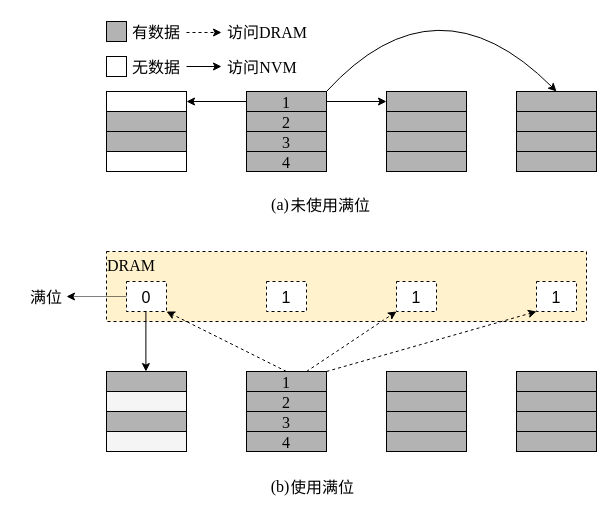
The draw.io diagram page "使用满位与不使用" (5 of 22) of 毕业论文.drawio in HustDsy/Picture, before the edit. Source tidied: cells renumbered, new cells numbered last; positions are measured from the earlier drawing's top-left corner, leaving out a move shared by most shapes. Both pictures are drawn from the tidied source at 100%, with x=0, y=0 at pixel (16, -29).
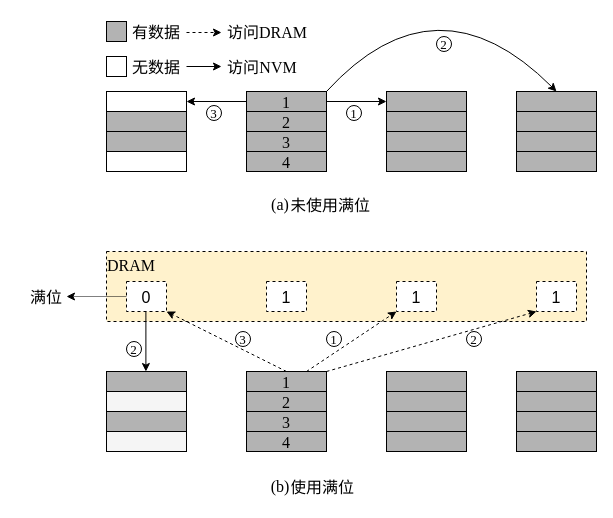
The same page after the edit.

Change to the diagram source:
```diff
@@
+    <mxCell id="63" value="1" style="ellipse;comic=0;fontFamily=Times New Roman;fontSize=13;fontColor=default;strokeColor=default;strokeWidth=1;fillColor=default;" parent="1" vertex="1">
+      <mxGeometry x="330" y="134" width="15" height="15" as="geometry" />
+    </mxCell>
+    <mxCell id="64" value="2" style="ellipse;comic=0;fontFamily=Times New Roman;fontSize=13;fontColor=default;strokeColor=default;strokeWidth=1;fillColor=default;" parent="1" vertex="1">
+      <mxGeometry x="420" y="65" width="15" height="15" as="geometry" />
+    </mxCell>
+    <mxCell id="65" value="3" style="ellipse;comic=0;fontFamily=Times New Roman;fontSize=13;fontColor=default;strokeColor=default;strokeWidth=1;fillColor=default;" parent="1" vertex="1">
+      <mxGeometry x="190" y="134" width="15" height="15" as="geometry" />
+    </mxCell>
+    <mxCell id="66" value="1" style="ellipse;comic=0;fontFamily=Times New Roman;fontSize=13;fontColor=default;strokeColor=default;strokeWidth=1;fillColor=default;" parent="1" vertex="1">
+      <mxGeometry x="310" y="360" width="15" height="15" as="geometry" />
+    </mxCell>
+    <mxCell id="67" value="2" style="ellipse;comic=0;fontFamily=Times New Roman;fontSize=13;fontColor=default;strokeColor=default;strokeWidth=1;fillColor=default;" parent="1" vertex="1">
+      <mxGeometry x="450" y="360" width="15" height="15" as="geometry" />
+    </mxCell>
+    <mxCell id="68" value="3" style="ellipse;comic=0;fontFamily=Times New Roman;fontSize=13;fontColor=default;strokeColor=default;strokeWidth=1;fillColor=default;" parent="1" vertex="1">
+      <mxGeometry x="219" y="360" width="15" height="15" as="geometry" />
+    </mxCell>
+    <mxCell id="69" value="2" style="ellipse;comic=0;fontFamily=Times New Roman;fontSize=13;fontColor=default;strokeColor=default;strokeWidth=1;fillColor=default;" parent="1" vertex="1">
+      <mxGeometry x="110" y="370" width="15" height="15" as="geometry" />
+    </mxCell>
```
